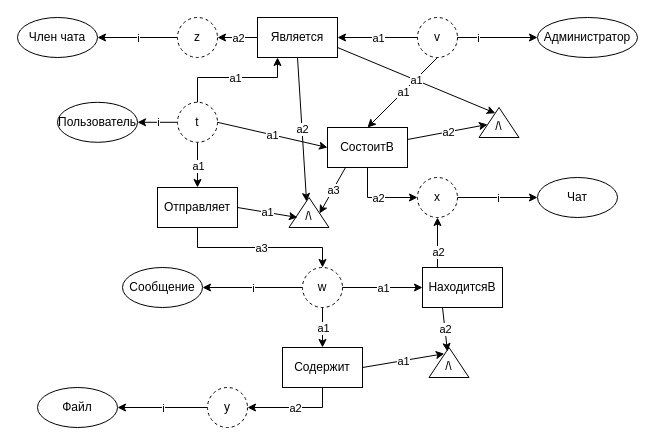
Earlier version of the draw.io diagram Полная семантическая сеть.drawio (marsek4/database). Source tidied: cells renumbered, new cells numbered last; positions are measured from the earlier drawing's top-left corner, leaving out a move shared by most shapes. Both pictures are drawn from the tidied source at 100%, with x=0, y=0 at pixel (17, 17).
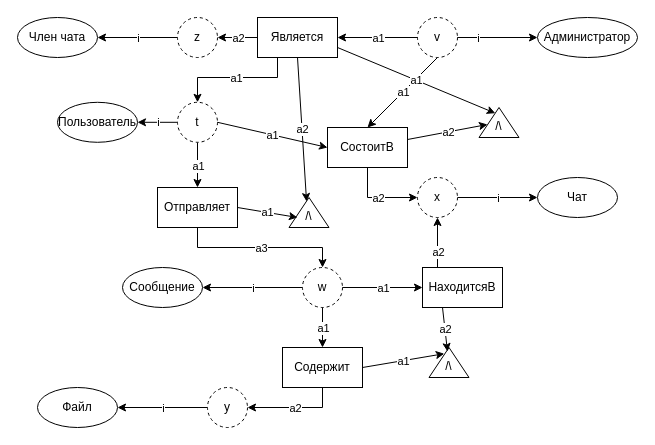
Above is the later version.

The change refers to these unchanged cells:
```xml
<mxCell id="10" value="t" style="ellipse;whiteSpace=wrap;html=1;align=center;dashed=1;" parent="1" vertex="1">
  <mxGeometry x="160" y="84.8" width="40" height="40" as="geometry" />
</mxCell>
<mxCell id="55" value="Является" style="rounded=0;whiteSpace=wrap;html=1;" parent="1" vertex="1">
  <mxGeometry x="240" width="80" height="40" as="geometry" />
</mxCell>
```

Diff of the diagram source:
```diff
@@
-    <mxCell id="36" style="endArrow=classic;html=1;rounded=0;entryX=0.25;entryY=1;entryDx=0;entryDy=0;exitX=0.5;exitY=0;exitDx=0;exitDy=0;" parent="1" edge="1" source="10" target="55">
+    <mxCell id="36" style="endArrow=classic;html=1;rounded=0;exitX=0.25;exitY=1;exitDx=0;exitDy=0;entryX=0.5;entryY=0;entryDx=0;entryDy=0;" parent="1" edge="1" source="55" target="10">
       <mxGeometry relative="1" as="geometry">
         <Array as="points">
+          <mxPoint x="260" y="60" />
           <mxPoint x="180" y="60" />
-          <mxPoint x="260" y="60" />
         </Array>
       </mxGeometry>
     </mxCell>
@@
-    <mxCell id="62" style="endArrow=classic;html=1;rounded=0;entryX=1;entryY=0;entryDx=0;entryDy=0;exitX=0.5;exitY=1;exitDx=0;exitDy=0;" parent="1" edge="1">
-      <mxGeometry relative="1" as="geometry">
-        <mxPoint x="328" y="150" as="sourcePoint" />
-        <mxPoint x="302" y="196" as="targetPoint" />
-      </mxGeometry>
-    </mxCell>
-    <mxCell id="63" value="a3" style="edgeLabel;html=1;align=center;verticalAlign=middle;" parent="62" vertex="1">
-      <mxGeometry relative="1" as="geometry" />
-    </mxCell>
```
